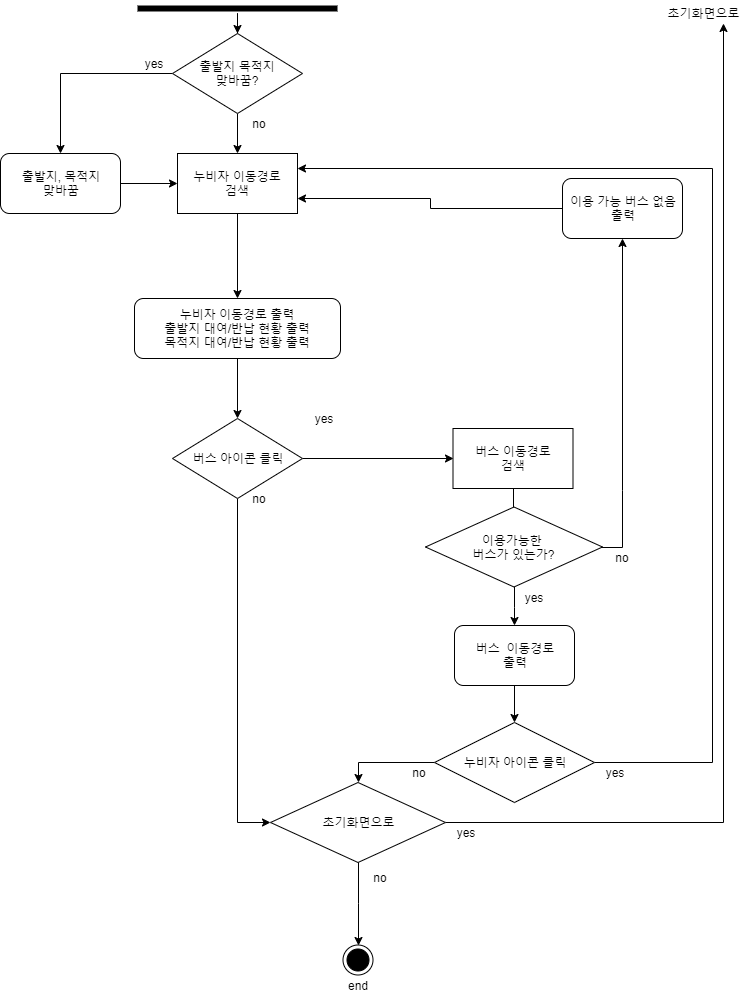
This is 2nd_homework/activity_diagram/activity-bottom.png from chisacam/CWNU19SE_2B, a draw.io export, as it was before one commit. Source tidied: cells renumbered, new cells last; positions are measured from the earlier drawing's top-left corner, leaving out a move shared by most shapes.
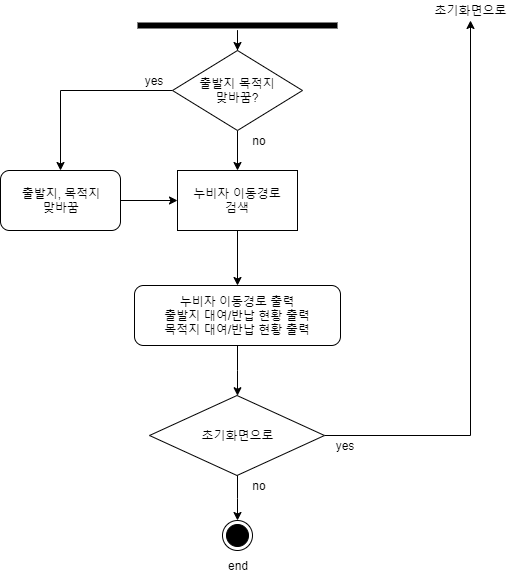
The same file after the commit.

Commit message:
update activity-diagram : subtract bus

The edit, as a diff of the source:
```diff
@@ -2,86 +2,42 @@
   <root>
     <mxCell id="0" />
     <mxCell id="1" parent="0" />
+    <mxCell id="44" style="edgeStyle=orthogonalEdgeStyle;rounded=0;jettySize=auto;html=1;strokeColor=#000000;" parent="1" edge="1" source="45" target="29">
+      <mxGeometry relative="1" as="geometry" />
+    </mxCell>
+    <mxCell id="45" style="shape=line;html=1;strokeWidth=6;strokeColor=#000000;" parent="1" vertex="1">
+      <mxGeometry x="240" y="100" width="200" height="10" as="geometry" />
+    </mxCell>
+    <mxCell id="46" style="edgeStyle=orthogonalEdgeStyle;rounded=0;jettySize=auto;html=1;strokeColor=#000000;" parent="1" edge="1" source="6" target="20">
+      <mxGeometry relative="1" as="geometry" />
+    </mxCell>
+    <mxCell id="6" value="누비자 이동경로 출력&lt;br&gt;출발지 대여/반납 현황 출력&lt;br&gt;목적지 대여/반납 현황 출력" style="rounded=1;whiteSpace=wrap;html=1;" parent="1" vertex="1">
+      <mxGeometry x="237" y="365" width="206" height="60" as="geometry" />
+    </mxCell>
-    <mxCell id="2" style="edgeStyle=orthogonalEdgeStyle;rounded=0;jettySize=auto;html=1;entryX=0.5;entryY=0;entryDx=0;entryDy=0;strokeColor=#000000;exitX=0.5;exitY=1;exitDx=0;exitDy=0;" parent="1" edge="1" source="15" target="6">
+    <mxCell id="2" style="edgeStyle=orthogonalEdgeStyle;rounded=0;jettySize=auto;html=1;entryX=0.5;entryY=0;entryDx=0;entryDy=0;" parent="1" edge="1" source="15" target="6">
       <mxGeometry relative="1" as="geometry" />
     </mxCell>
-    <mxCell id="3" style="edgeStyle=orthogonalEdgeStyle;rounded=0;jettySize=auto;html=1;strokeColor=#000000;" parent="1" edge="1" source="4" target="29">
-      <mxGeometry relative="1" as="geometry" />
-    </mxCell>
-    <mxCell id="4" style="shape=line;html=1;strokeWidth=6;strokeColor=#000000;" parent="1" vertex="1">
-      <mxGeometry x="137" width="200" height="10" as="geometry" />
-    </mxCell>
-    <mxCell id="5" style="edgeStyle=orthogonalEdgeStyle;rounded=0;jettySize=auto;html=1;entryX=0.5;entryY=0;entryDx=0;entryDy=0;strokeColor=#000000;" parent="1" edge="1" source="6" target="11">
-      <mxGeometry relative="1" as="geometry" />
-    </mxCell>
-    <mxCell id="6" value="누비자 이동경로 출력&lt;br&gt;출발지 대여/반납 현황 출력&lt;br&gt;목적지 대여/반납 현황 출력" style="rounded=1;whiteSpace=wrap;html=1;" parent="1" vertex="1">
-      <mxGeometry x="134" y="295" width="206" height="60" as="geometry" />
-    </mxCell>
-    <mxCell id="7" style="edgeStyle=orthogonalEdgeStyle;rounded=0;jettySize=auto;html=1;entryX=0.5;entryY=0;entryDx=0;entryDy=0;strokeColor=#000000;" parent="1" edge="1" source="8" target="14">
-      <mxGeometry relative="1" as="geometry" />
-    </mxCell>
-    <mxCell id="8" value="버스&amp;nbsp; 이동경로&lt;br&gt;출력" style="rounded=1;whiteSpace=wrap;html=1;" parent="1" vertex="1">
-      <mxGeometry x="454" y="622" width="120" height="60" as="geometry" />
-    </mxCell>
-    <mxCell id="9" style="edgeStyle=orthogonalEdgeStyle;rounded=0;jettySize=auto;html=1;strokeColor=#000000;entryX=0;entryY=0.5;entryDx=0;entryDy=0;" parent="1" edge="1" source="11" target="17">
-      <mxGeometry relative="1" as="geometry" />
-    </mxCell>
-    <mxCell id="10" style="edgeStyle=orthogonalEdgeStyle;rounded=0;jettySize=auto;html=1;entryX=0;entryY=0.5;entryDx=0;entryDy=0;" parent="1" edge="1" source="11" target="20">
-      <mxGeometry relative="1" as="geometry" />
-    </mxCell>
-    <mxCell id="11" value="버스 아이콘 클릭" style="rhombus;whiteSpace=wrap;html=1;strokeColor=#000000;" parent="1" vertex="1">
-      <mxGeometry x="172" y="415" width="130" height="80" as="geometry" />
-    </mxCell>
-    <mxCell id="12" style="edgeStyle=orthogonalEdgeStyle;rounded=0;jettySize=auto;html=1;entryX=0.5;entryY=0;entryDx=0;entryDy=0;exitX=0;exitY=0.5;exitDx=0;exitDy=0;" parent="1" edge="1" source="14" target="20">
-      <mxGeometry relative="1" as="geometry" />
-    </mxCell>
-    <mxCell id="13" style="edgeStyle=orthogonalEdgeStyle;rounded=0;jettySize=auto;html=1;entryX=1;entryY=0.25;entryDx=0;entryDy=0;" parent="1" edge="1" source="14" target="15">
-      <mxGeometry relative="1" as="geometry">
-        <Array as="points">
-          <mxPoint x="712" y="759" />
-          <mxPoint x="712" y="165" />
-        </Array>
-      </mxGeometry>
-    </mxCell>
-    <mxCell id="14" value="누비자 아이콘 클릭" style="rhombus;whiteSpace=wrap;html=1;strokeColor=#000000;" parent="1" vertex="1">
-      <mxGeometry x="434" y="719" width="160" height="80" as="geometry" />
-    </mxCell>
     <mxCell id="15" value="누비자 이동경로&lt;br&gt;검색" style="rounded=0;whiteSpace=wrap;html=1;strokeColor=#000000;" parent="1" vertex="1">
-      <mxGeometry x="177" y="150" width="120" height="60" as="geometry" />
+      <mxGeometry x="280" y="250" width="120" height="60" as="geometry" />
     </mxCell>
-    <mxCell id="16" style="edgeStyle=orthogonalEdgeStyle;rounded=0;jettySize=auto;html=1;entryX=0.5;entryY=0;entryDx=0;entryDy=0;" parent="1" edge="1" source="17" target="38">
-      <mxGeometry relative="1" as="geometry" />
-    </mxCell>
-    <mxCell id="17" value="버스 이동경로&lt;br&gt;검색" style="rounded=0;whiteSpace=wrap;html=1;strokeColor=#000000;" parent="1" vertex="1">
-      <mxGeometry x="452.5" y="425" width="120" height="60" as="geometry" />
-    </mxCell>
-    <mxCell id="18" style="edgeStyle=orthogonalEdgeStyle;rounded=0;jettySize=auto;html=1;strokeColor=#000000;entryX=0.5;entryY=0;entryDx=0;entryDy=0;" parent="1" edge="1" source="20" target="21">
-      <mxGeometry relative="1" as="geometry" />
-    </mxCell>
+    <mxCell id="47" style="edgeStyle=orthogonalEdgeStyle;rounded=0;jettySize=auto;html=1;entryX=0.5;entryY=0;entryDx=0;entryDy=0;" parent="1" edge="1" source="20" target="48">
+      <mxGeometry relative="1" as="geometry" />
+    </mxCell>
-    <mxCell id="19" style="edgeStyle=orthogonalEdgeStyle;rounded=0;jettySize=auto;html=1;entryX=0.75;entryY=1;entryDx=0;entryDy=0;exitX=1;exitY=0.5;exitDx=0;exitDy=0;" parent="1" edge="1" source="20" target="43">
+    <mxCell id="19" style="edgeStyle=orthogonalEdgeStyle;rounded=0;jettySize=auto;html=1;" parent="1" edge="1" source="20" target="43">
       <mxGeometry relative="1" as="geometry" />
     </mxCell>
     <mxCell id="20" value="초기화면으로" style="rhombus;whiteSpace=wrap;html=1;strokeColor=#000000;" parent="1" vertex="1">
-      <mxGeometry x="270" y="779" width="175" height="80" as="geometry" />
+      <mxGeometry x="252" y="475" width="175" height="80" as="geometry" />
     </mxCell>
-    <mxCell id="21" style="ellipse;html=1;shape=endState;fillColor=#000000;strokeColor=#000000;" parent="1" vertex="1">
-      <mxGeometry x="342.5" y="941.5" width="30" height="30" as="geometry" />
-    </mxCell>
-    <mxCell id="22" value="yes" style="text;html=1;strokeColor=none;fillColor=none;align=center;verticalAlign=middle;whiteSpace=wrap;rounded=0;" parent="1" vertex="1">
-      <mxGeometry x="594" y="759" width="40" height="20" as="geometry" />
-    </mxCell>
-    <mxCell id="23" value="yes" style="text;html=1;strokeColor=none;fillColor=none;align=center;verticalAlign=middle;whiteSpace=wrap;rounded=0;" parent="1" vertex="1">
-      <mxGeometry x="445" y="819" width="40" height="20" as="geometry" />
-    </mxCell>
-    <mxCell id="24" value="yes" style="text;html=1;strokeColor=none;fillColor=none;align=center;verticalAlign=middle;whiteSpace=wrap;rounded=0;" parent="1" vertex="1">
-      <mxGeometry x="302.5" y="405" width="40" height="20" as="geometry" />
-    </mxCell>
-    <mxCell id="25" value="no" style="text;html=1;strokeColor=none;fillColor=none;align=center;verticalAlign=middle;whiteSpace=wrap;rounded=0;" parent="1" vertex="1">
-      <mxGeometry x="359.5" y="864" width="40" height="20" as="geometry" />
-    </mxCell>
-    <mxCell id="26" value="no" style="text;html=1;strokeColor=none;fillColor=none;align=center;verticalAlign=middle;whiteSpace=wrap;rounded=0;" parent="1" vertex="1">
-      <mxGeometry x="238.5" y="485" width="40" height="20" as="geometry" />
-    </mxCell>
+    <mxCell id="48" style="ellipse;html=1;shape=endState;fillColor=#000000;strokeColor=#000000;" parent="1" vertex="1">
+      <mxGeometry x="325" y="600" width="30" height="30" as="geometry" />
+    </mxCell>
+    <mxCell id="49" value="yes" style="text;html=1;strokeColor=none;fillColor=none;align=center;verticalAlign=middle;whiteSpace=wrap;rounded=0;" parent="1" vertex="1">
+      <mxGeometry x="427" y="515" width="40" height="20" as="geometry" />
+    </mxCell>
+    <mxCell id="50" value="no" style="text;html=1;strokeColor=none;fillColor=none;align=center;verticalAlign=middle;whiteSpace=wrap;rounded=0;" parent="1" vertex="1">
+      <mxGeometry x="341.5" y="555" width="40" height="20" as="geometry" />
+    </mxCell>
     <mxCell id="27" style="edgeStyle=orthogonalEdgeStyle;rounded=0;jettySize=auto;html=1;entryX=0.5;entryY=0;entryDx=0;entryDy=0;strokeColor=#000000;" parent="1" edge="1" source="29" target="15">
       <mxGeometry relative="1" as="geometry" />
     </mxCell>
@@ -89,54 +45,25 @@
       <mxGeometry relative="1" as="geometry" />
     </mxCell>
     <mxCell id="29" value="출발지 목적지&lt;br&gt;맞바꿈?" style="rhombus;whiteSpace=wrap;html=1;strokeColor=#000000;" parent="1" vertex="1">
-      <mxGeometry x="172" y="30" width="130" height="80" as="geometry" />
+      <mxGeometry x="275" y="130" width="130" height="80" as="geometry" />
     </mxCell>
     <mxCell id="30" style="edgeStyle=orthogonalEdgeStyle;rounded=0;jettySize=auto;html=1;entryX=0;entryY=0.5;entryDx=0;entryDy=0;strokeColor=#000000;" parent="1" edge="1" source="31" target="15">
       <mxGeometry relative="1" as="geometry" />
     </mxCell>
     <mxCell id="31" value="출발지, 목적지&lt;br&gt;맞바꿈" style="rounded=1;whiteSpace=wrap;html=1;strokeColor=#000000;" parent="1" vertex="1">
-      <mxGeometry y="150" width="120" height="60" as="geometry" />
+      <mxGeometry x="103" y="250" width="120" height="60" as="geometry" />
     </mxCell>
     <mxCell id="32" value="end" style="text;html=1;strokeColor=none;fillColor=none;align=center;verticalAlign=middle;whiteSpace=wrap;rounded=0;" parent="1" vertex="1">
-      <mxGeometry x="336.5" y="971.5" width="40" height="20" as="geometry" />
+      <mxGeometry x="320" y="635" width="40" height="20" as="geometry" />
     </mxCell>
-    <mxCell id="33" value="yes" style="text;html=1;strokeColor=none;fillColor=none;align=center;verticalAlign=middle;whiteSpace=wrap;rounded=0;" parent="1" vertex="1">
-      <mxGeometry x="132.5" y="50" width="40" height="20" as="geometry" />
-    </mxCell>
-    <mxCell id="34" value="no" style="text;html=1;strokeColor=none;fillColor=none;align=center;verticalAlign=middle;whiteSpace=wrap;rounded=0;" parent="1" vertex="1">
-      <mxGeometry x="238.5" y="110" width="40" height="20" as="geometry" />
-    </mxCell>
-    <mxCell id="35" value="no" style="text;html=1;strokeColor=none;fillColor=none;align=center;verticalAlign=middle;whiteSpace=wrap;rounded=0;" parent="1" vertex="1">
-      <mxGeometry x="398.5" y="759" width="40" height="20" as="geometry" />
-    </mxCell>
-    <mxCell id="36" style="edgeStyle=orthogonalEdgeStyle;rounded=0;jettySize=auto;html=1;entryX=0.5;entryY=0;entryDx=0;entryDy=0;" parent="1" edge="1" source="38" target="8">
-      <mxGeometry relative="1" as="geometry" />
-    </mxCell>
-    <mxCell id="37" style="edgeStyle=orthogonalEdgeStyle;rounded=0;jettySize=auto;html=1;entryX=0.5;entryY=1;entryDx=0;entryDy=0;" parent="1" edge="1" source="38" target="42">
-      <mxGeometry relative="1" as="geometry">
-        <Array as="points">
-          <mxPoint x="622" y="486.5" />
-          <mxPoint x="622" y="265" />
-        </Array>
-      </mxGeometry>
-    </mxCell>
-    <mxCell id="38" value="이용가능한 &lt;br&gt;버스가 있는가?" style="rhombus;whiteSpace=wrap;html=1;strokeColor=#000000;" parent="1" vertex="1">
-      <mxGeometry x="425" y="503.5" width="177" height="80" as="geometry" />
-    </mxCell>
-    <mxCell id="39" value="yes" style="text;html=1;strokeColor=none;fillColor=none;align=center;verticalAlign=middle;whiteSpace=wrap;rounded=0;" parent="1" vertex="1">
-      <mxGeometry x="513" y="583.5" width="40" height="20" as="geometry" />
-    </mxCell>
-    <mxCell id="40" value="no" style="text;html=1;strokeColor=none;fillColor=none;align=center;verticalAlign=middle;whiteSpace=wrap;rounded=0;" parent="1" vertex="1">
-      <mxGeometry x="602" y="543.5" width="40" height="20" as="geometry" />
-    </mxCell>
-    <mxCell id="41" style="edgeStyle=orthogonalEdgeStyle;rounded=0;jettySize=auto;html=1;entryX=1;entryY=0.75;entryDx=0;entryDy=0;" parent="1" edge="1" source="42" target="15">
-      <mxGeometry relative="1" as="geometry" />
-    </mxCell>
-    <mxCell id="42" value="이용 가능 버스 없음&lt;br&gt;출력" style="rounded=1;whiteSpace=wrap;html=1;" parent="1" vertex="1">
-      <mxGeometry x="562" y="175" width="120" height="60" as="geometry" />
-    </mxCell>
+    <mxCell id="51" value="yes" style="text;html=1;strokeColor=none;fillColor=none;align=center;verticalAlign=middle;whiteSpace=wrap;rounded=0;" parent="1" vertex="1">
+      <mxGeometry x="235.5" y="150" width="40" height="20" as="geometry" />
+    </mxCell>
+    <mxCell id="52" value="no" style="text;html=1;strokeColor=none;fillColor=none;align=center;verticalAlign=middle;whiteSpace=wrap;rounded=0;" parent="1" vertex="1">
+      <mxGeometry x="341.5" y="210" width="40" height="20" as="geometry" />
+    </mxCell>
     <mxCell id="43" value="초기화면으로" style="text;html=1;strokeColor=none;fillColor=none;align=center;verticalAlign=middle;whiteSpace=wrap;rounded=0;" parent="1" vertex="1">
-      <mxGeometry x="663" width="80" height="20" as="geometry" />
+      <mxGeometry x="533" y="80" width="80" height="20" as="geometry" />
     </mxCell>
   </root>
 </mxGraphModel>
```
